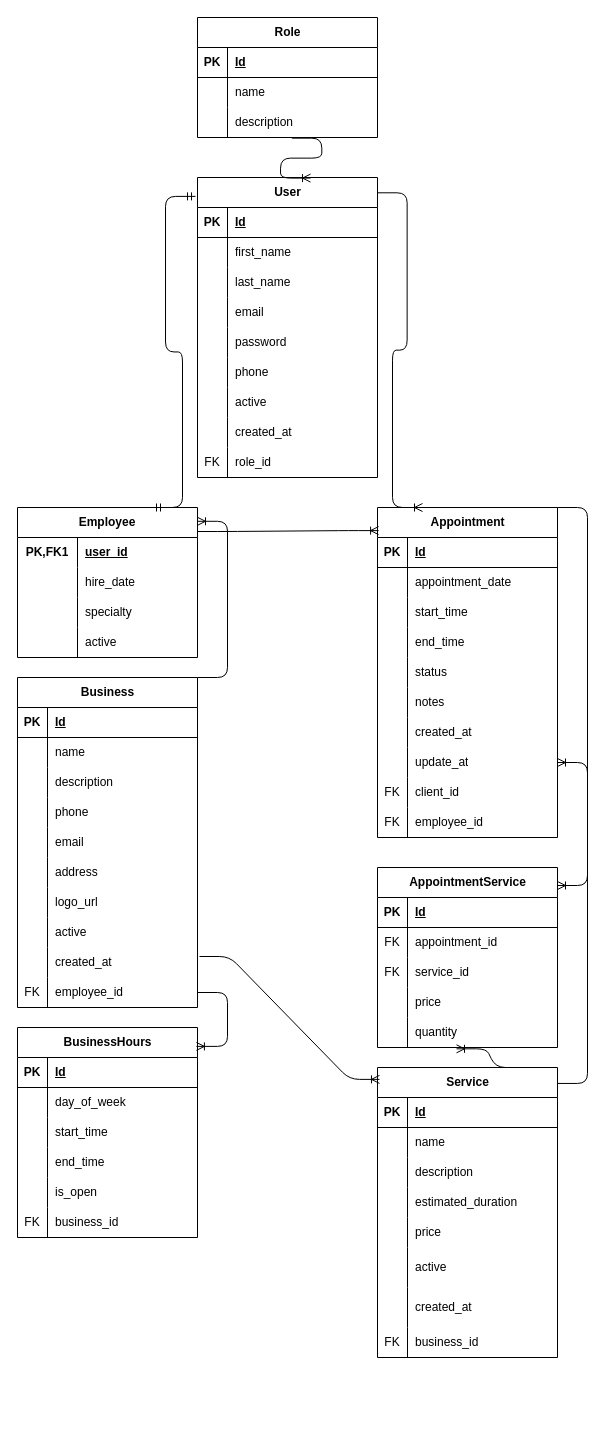
This is database/diagrams/DER.drawio from Gonzasenso/Bookify, a draw.io file, before an edit. Source tidied: cells renumbered, new cells numbered last; positions are measured from the earlier drawing's top-left corner, leaving out a move shared by most shapes. Both pictures are drawn from the tidied source at 100%, with x=0, y=0 at pixel (-67, 17).
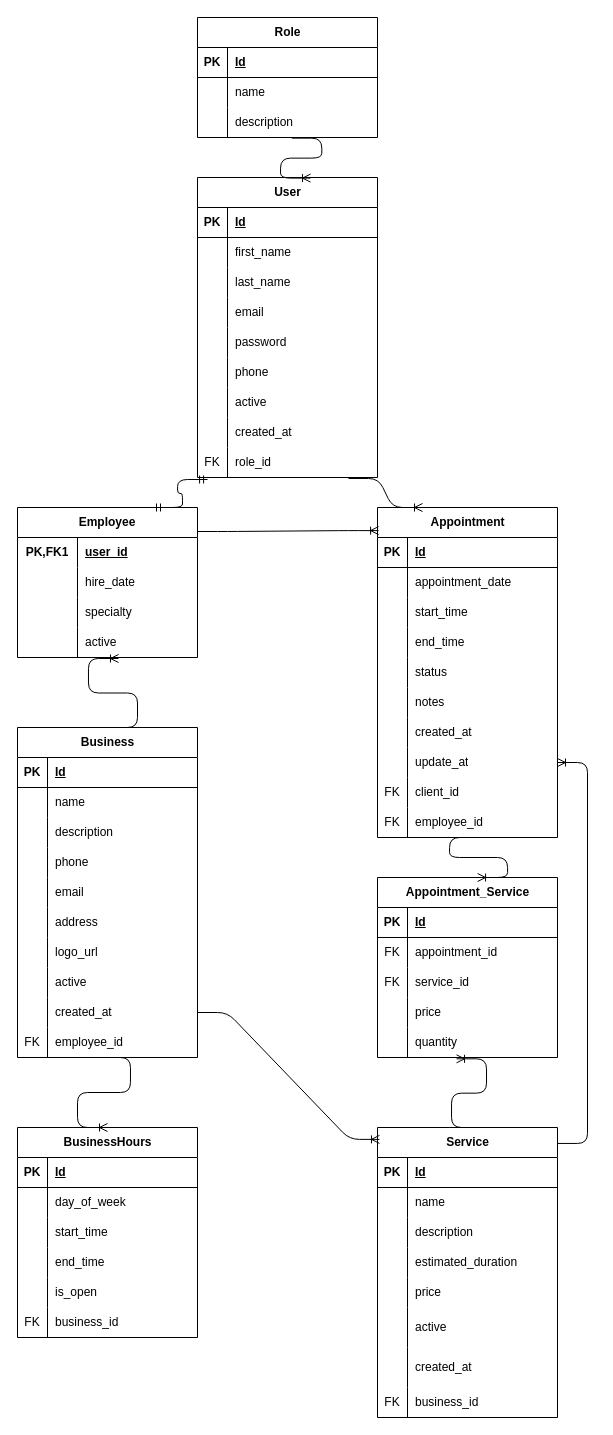
The same page after the edit.

The change refers to these unchanged cells:
```xml
<mxCell id="12" value="User" style="shape=table;startSize=30;childLayout=tableLayout;rowLines=0;fontStyle=1;align=center;html=1;" parent="1" vertex="1">
  <mxGeometry x="264" y="160" width="180" height="300" as="geometry" />
</mxCell>
<mxCell id="37" style="shape=tableRow;horizontal=0;startSize=0;swimlaneHead=0;swimlaneBody=0;fillColor=none;points=[[0,0.5],[1,0.5]];portConstraint=eastwest;top=0;left=0;right=0;bottom=0;" parent="12" vertex="1">
  <mxGeometry y="270" width="180" height="30" as="geometry" />
</mxCell>
<mxCell id="41" value="Employee" style="shape=table;startSize=30;childLayout=tableLayout;rowLines=0;fontStyle=1;align=center;html=1;whiteSpace=wrap;" parent="1" vertex="1">
  <mxGeometry x="84" y="490" width="180" height="150" as="geometry" />
</mxCell>
<mxCell id="51" style="shape=tableRow;horizontal=0;startSize=0;swimlaneHead=0;swimlaneBody=0;fillColor=none;points=[[0,0.5],[1,0.5]];portConstraint=eastwest;top=0;left=0;right=0;bottom=0;html=1;" parent="41" vertex="1">
  <mxGeometry y="120" width="180" height="30" as="geometry" />
</mxCell>
<mxCell id="80" style="shape=tableRow;horizontal=0;startSize=0;swimlaneHead=0;swimlaneBody=0;fillColor=none;points=[[0,0.5],[1,0.5]];portConstraint=eastwest;top=0;left=0;right=0;bottom=0;" parent="55" vertex="1">
  <mxGeometry y="270" width="180" height="30" as="geometry" />
</mxCell>
<mxCell id="83" style="shape=tableRow;horizontal=0;startSize=0;swimlaneHead=0;swimlaneBody=0;fillColor=none;points=[[0,0.5],[1,0.5]];portConstraint=eastwest;top=0;left=0;right=0;bottom=0;" parent="55" vertex="1">
  <mxGeometry y="300" width="180" height="30" as="geometry" />
</mxCell>
<mxCell id="111" value="Appointment" style="shape=table;startSize=30;childLayout=tableLayout;rowLines=0;fontStyle=1;align=center;html=1;" parent="1" vertex="1">
  <mxGeometry x="444" y="490" width="180" height="330" as="geometry" />
</mxCell>
<mxCell id="139" style="shape=tableRow;horizontal=0;startSize=0;swimlaneHead=0;swimlaneBody=0;fillColor=none;points=[[0,0.5],[1,0.5]];portConstraint=eastwest;top=0;left=0;right=0;bottom=0;" parent="111" vertex="1">
  <mxGeometry y="300" width="180" height="30" as="geometry" />
</mxCell>
<mxCell id="180" style="shape=tableRow;horizontal=0;startSize=0;swimlaneHead=0;swimlaneBody=0;fillColor=none;points=[[0,0.5],[1,0.5]];portConstraint=eastwest;top=0;left=0;right=0;bottom=0;" parent="167" vertex="1">
  <mxGeometry y="150" width="180" height="30" as="geometry" />
</mxCell>
```

Diff of the diagram source:
```diff
@@
-    <mxCell id="54" style="edgeStyle=entityRelationEdgeStyle;fontSize=12;html=1;endArrow=ERmandOne;startArrow=ERmandOne;exitX=-0.011;exitY=0.063;exitDx=0;exitDy=0;exitPerimeter=0;entryX=0.75;entryY=0;entryDx=0;entryDy=0;" parent="1" edge="1" source="12" target="41">
+    <mxCell id="54" style="edgeStyle=entityRelationEdgeStyle;fontSize=12;html=1;endArrow=ERmandOne;startArrow=ERmandOne;exitX=0.056;exitY=1.067;exitDx=0;exitDy=0;exitPerimeter=0;entryX=0.75;entryY=0;entryDx=0;entryDy=0;" parent="1" edge="1" source="37" target="41">
       <mxGeometry relative="1" as="geometry">
         <Array as="points">
           <mxPoint x="154.4" y="330" />
           <mxPoint x="130.4" y="410" />
           <mxPoint x="234" y="490" />
         </Array>
       </mxGeometry>
     </mxCell>
     <mxCell id="55" value="Business" style="shape=table;startSize=30;childLayout=tableLayout;rowLines=0;fontStyle=1;align=center;html=1;" parent="1" vertex="1">
-      <mxGeometry x="84" y="660" width="180" height="330" as="geometry" />
+      <mxGeometry x="84" y="710" width="180" height="330" as="geometry" />
     </mxCell>
@@
     <mxCell id="86" value="Service" style="shape=table;startSize=30;childLayout=tableLayout;rowLines=0;fontStyle=1;align=center;html=1;" parent="1" vertex="1">
-      <mxGeometry x="444" y="1050" width="180" height="290" as="geometry" />
+      <mxGeometry x="444" y="1110" width="180" height="290" as="geometry" />
     </mxCell>
@@
     <mxCell id="142" value="BusinessHours" style="shape=table;startSize=30;childLayout=tableLayout;rowLines=0;fontStyle=1;align=center;html=1;" parent="1" vertex="1">
-      <mxGeometry x="84" y="1010" width="180" height="210" as="geometry" />
+      <mxGeometry x="84" y="1110" width="180" height="210" as="geometry" />
     </mxCell>
@@
-    <mxCell id="161" style="edgeStyle=entityRelationEdgeStyle;fontSize=12;html=1;endArrow=ERoneToMany;entryX=1;entryY=0.092;entryDx=0;entryDy=0;entryPerimeter=0;exitX=1;exitY=0;exitDx=0;exitDy=0;" parent="1" edge="1" source="55" target="41">
+    <mxCell id="161" style="edgeStyle=entityRelationEdgeStyle;fontSize=12;html=1;endArrow=ERoneToMany;entryX=0.561;entryY=1.033;entryDx=0;entryDy=0;entryPerimeter=0;exitX=0.5;exitY=0;exitDx=0;exitDy=0;" parent="1" edge="1" source="55" target="51">
       <mxGeometry relative="1" as="geometry">
         <Array as="points">
           <mxPoint x="1004" y="50" />
           <mxPoint x="994" y="120" />
           <mxPoint x="1004" y="50" />
           <mxPoint x="994" y="110" />
           <mxPoint x="983" y="20" />
         </Array>
       </mxGeometry>
     </mxCell>
-    <mxCell id="162" style="edgeStyle=entityRelationEdgeStyle;fontSize=12;html=1;endArrow=ERoneToMany;exitX=1.011;exitY=0.3;exitDx=0;exitDy=0;exitPerimeter=0;entryX=0.011;entryY=0.041;entryDx=0;entryDy=0;entryPerimeter=0;" parent="1" edge="1" source="80" target="86">
+    <mxCell id="162" style="edgeStyle=entityRelationEdgeStyle;fontSize=12;html=1;endArrow=ERoneToMany;exitX=1;exitY=0.5;exitDx=0;exitDy=0;entryX=0.011;entryY=0.041;entryDx=0;entryDy=0;entryPerimeter=0;" parent="1" edge="1" source="80" target="86">
       <mxGeometry relative="1" as="geometry" />
     </mxCell>
-    <mxCell id="163" style="edgeStyle=entityRelationEdgeStyle;fontSize=12;html=1;endArrow=ERoneToMany;entryX=0.994;entryY=0.09;entryDx=0;entryDy=0;entryPerimeter=0;" parent="1" edge="1" source="83" target="142">
+    <mxCell id="163" style="edgeStyle=entityRelationEdgeStyle;fontSize=12;html=1;endArrow=ERoneToMany;entryX=0.5;entryY=0;entryDx=0;entryDy=0;exitX=0.461;exitY=1;exitDx=0;exitDy=0;exitPerimeter=0;" parent="1" edge="1" source="83" target="142">
       <mxGeometry relative="1" as="geometry">
         <Array as="points">
           <mxPoint y="851.1" />
         </Array>
       </mxGeometry>
     </mxCell>
@@
-    <mxCell id="166" style="edgeStyle=entityRelationEdgeStyle;fontSize=12;html=1;endArrow=ERoneToMany;entryX=0.25;entryY=0;entryDx=0;entryDy=0;exitX=0.998;exitY=0.051;exitDx=0;exitDy=0;exitPerimeter=0;" parent="1" edge="1" source="12" target="111">
+    <mxCell id="166" style="edgeStyle=entityRelationEdgeStyle;fontSize=12;html=1;endArrow=ERoneToMany;entryX=0.25;entryY=0;entryDx=0;entryDy=0;exitX=0.839;exitY=1.033;exitDx=0;exitDy=0;exitPerimeter=0;" parent="1" edge="1" source="37" target="111">
       <mxGeometry relative="1" as="geometry">
         <Array as="points">
           <mxPoint x="572.9" y="290" />
         </Array>
       </mxGeometry>
     </mxCell>
-    <mxCell id="167" value="AppointmentService" style="shape=table;startSize=30;childLayout=tableLayout;rowLines=0;fontStyle=1;align=center;html=1;" parent="1" vertex="1">
-      <mxGeometry x="444" y="850" width="180" height="180" as="geometry" />
+    <mxCell id="167" value="Appointment_Service" style="shape=table;startSize=30;childLayout=tableLayout;rowLines=0;fontStyle=1;align=center;html=1;" parent="1" vertex="1">
+      <mxGeometry x="444" y="860" width="180" height="180" as="geometry" />
     </mxCell>
@@
-    <mxCell id="183" style="edgeStyle=entityRelationEdgeStyle;fontSize=12;html=1;endArrow=ERoneToMany;entryX=1;entryY=0.1;entryDx=0;entryDy=0;entryPerimeter=0;exitX=1;exitY=0;exitDx=0;exitDy=0;" parent="1" edge="1" source="111" target="167">
+    <mxCell id="183" style="edgeStyle=entityRelationEdgeStyle;fontSize=12;html=1;endArrow=ERoneToMany;entryX=0.556;entryY=0;entryDx=0;entryDy=0;entryPerimeter=0;exitX=0.567;exitY=1;exitDx=0;exitDy=0;exitPerimeter=0;" parent="1" edge="1" source="139" target="167">
       <mxGeometry relative="1" as="geometry">
         <Array as="points">
           <mxPoint x="674" y="510" />
         </Array>
       </mxGeometry>
     </mxCell>
-    <mxCell id="184" style="edgeStyle=entityRelationEdgeStyle;fontSize=12;html=1;endArrow=ERoneToMany;exitX=0.822;exitY=0;exitDx=0;exitDy=0;exitPerimeter=0;entryX=0.439;entryY=1.044;entryDx=0;entryDy=0;entryPerimeter=0;" parent="1" edge="1" source="86" target="180">
+    <mxCell id="184" style="edgeStyle=entityRelationEdgeStyle;fontSize=12;html=1;endArrow=ERoneToMany;exitX=0.578;exitY=0;exitDx=0;exitDy=0;exitPerimeter=0;entryX=0.439;entryY=1.044;entryDx=0;entryDy=0;entryPerimeter=0;" parent="1" edge="1" source="86" target="180">
       <mxGeometry relative="1" as="geometry">
         <Array as="points">
           <mxPoint x="1174" y="260" />
         </Array>
       </mxGeometry>
     </mxCell>
```
